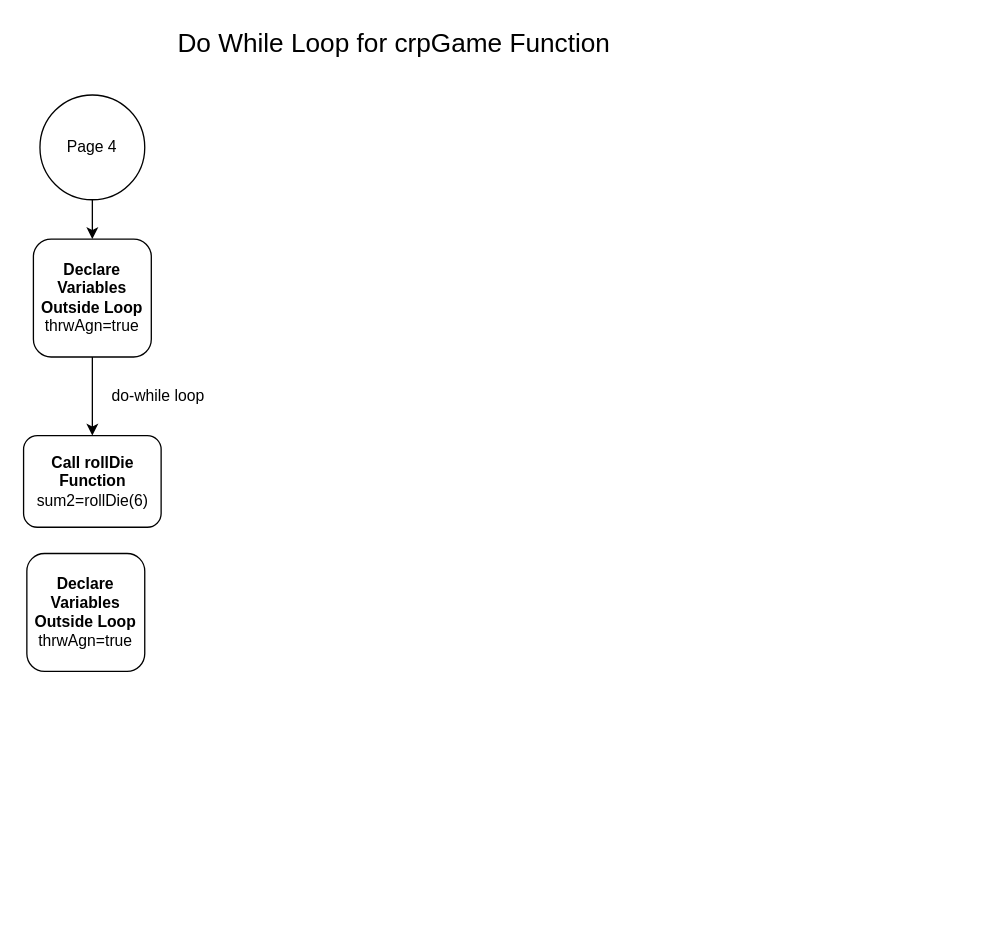
Before: page "Page-4" (4 of 4) of Lab/Untitled Diagram.drawio in ce2791334/EnglandCody_CSC17A_49287, a draw.io diagram. Source tidied: cells renumbered, new cells numbered last; positions are measured from the earlier drawing's top-left corner, leaving out a move shared by most shapes. Both pictures are drawn from the tidied source at 131%, with x=0, y=0 at pixel (24, 22).
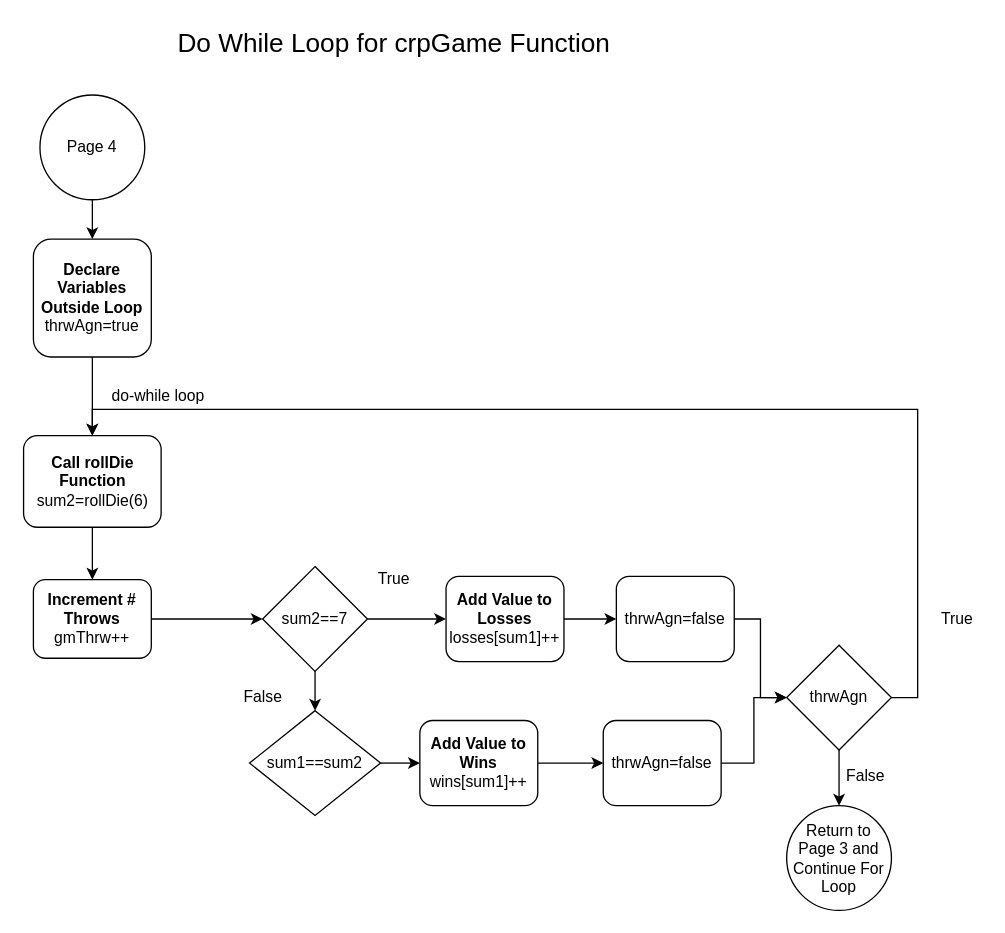
Above is the later version.

Unchanged cells that the change refers to:
```xml
<mxCell id="7" value="&lt;b&gt;Call rollDie Function&lt;/b&gt;&lt;br&gt;sum2=rollDie(6)" style="rounded=1;whiteSpace=wrap;html=1;strokeWidth=1;fontSize=12;align=center;" parent="1" vertex="1">
  <mxGeometry x="-0.5" y="315" width="105" height="70" as="geometry" />
</mxCell>
```

The edit, as a diff of the source:
```diff
@@
+    <mxCell id="10" style="edgeStyle=orthogonalEdgeStyle;rounded=0;jettySize=auto;html=1;exitX=0.5;exitY=1;exitDx=0;exitDy=0;fontSize=12;" parent="1" edge="1" source="7" target="9">
+      <mxGeometry relative="1" as="geometry" />
+    </mxCell>
@@
+    <mxCell id="11" style="edgeStyle=orthogonalEdgeStyle;rounded=0;jettySize=auto;html=1;exitX=1;exitY=0.5;exitDx=0;exitDy=0;entryX=0;entryY=0.5;entryDx=0;entryDy=0;fontSize=12;" parent="1" edge="1" source="9" target="14">
+      <mxGeometry relative="1" as="geometry" />
+    </mxCell>
-    <mxCell id="9" value="&lt;b style=&quot;font-size: 12px;&quot;&gt;Declare Variables Outside Loop&lt;/b&gt;&lt;br style=&quot;font-size: 12px;&quot;&gt;thrwAgn=true" style="rounded=1;whiteSpace=wrap;html=1;strokeWidth=1;fontSize=12;align=center;" parent="1" vertex="1">
-      <mxGeometry x="2" y="405" width="90" height="90" as="geometry" />
+    <mxCell id="9" value="&lt;b&gt;Increment # Throws&lt;/b&gt;&lt;br&gt;gmThrw++" style="rounded=1;whiteSpace=wrap;html=1;strokeWidth=1;fontSize=12;align=center;" parent="1" vertex="1">
+      <mxGeometry x="7" y="425" width="90" height="60" as="geometry" />
     </mxCell>
+    <mxCell id="12" style="edgeStyle=orthogonalEdgeStyle;rounded=0;jettySize=auto;html=1;exitX=1;exitY=0.5;exitDx=0;exitDy=0;fontSize=12;" parent="1" edge="1" source="14" target="16">
+      <mxGeometry relative="1" as="geometry" />
+    </mxCell>
+    <mxCell id="13" style="edgeStyle=orthogonalEdgeStyle;rounded=0;jettySize=auto;html=1;exitX=0.5;exitY=1;exitDx=0;exitDy=0;fontSize=12;" parent="1" edge="1" source="14" target="20">
+      <mxGeometry relative="1" as="geometry" />
+    </mxCell>
+    <mxCell id="14" value="sum2==7" style="rhombus;whiteSpace=wrap;html=1;strokeWidth=1;fontSize=12;align=center;" parent="1" vertex="1">
+      <mxGeometry x="182" y="415" width="80" height="80" as="geometry" />
+    </mxCell>
+    <mxCell id="15" style="edgeStyle=orthogonalEdgeStyle;rounded=0;jettySize=auto;html=1;exitX=1;exitY=0.5;exitDx=0;exitDy=0;entryX=0;entryY=0.5;entryDx=0;entryDy=0;fontSize=12;" parent="1" edge="1" source="16" target="18">
+      <mxGeometry relative="1" as="geometry" />
+    </mxCell>
+    <mxCell id="16" value="&lt;b&gt;Add Value to Losses&lt;/b&gt;&lt;br&gt;losses[sum1]++" style="rounded=1;whiteSpace=wrap;html=1;strokeWidth=1;fontSize=12;align=center;" parent="1" vertex="1">
+      <mxGeometry x="322" y="422.5" width="90" height="65" as="geometry" />
+    </mxCell>
+    <mxCell id="17" style="edgeStyle=orthogonalEdgeStyle;rounded=0;jettySize=auto;html=1;exitX=1;exitY=0.5;exitDx=0;exitDy=0;entryX=0;entryY=0.5;entryDx=0;entryDy=0;fontSize=12;" parent="1" edge="1" source="18" target="29">
+      <mxGeometry relative="1" as="geometry" />
+    </mxCell>
+    <mxCell id="18" value="&lt;span style=&quot;font-weight: normal&quot;&gt;thrwAgn=false&lt;/span&gt;" style="rounded=1;whiteSpace=wrap;html=1;strokeWidth=1;fontSize=12;align=center;fontStyle=1;" parent="1" vertex="1">
+      <mxGeometry x="452" y="422.5" width="90" height="65" as="geometry" />
+    </mxCell>
+    <mxCell id="19" style="edgeStyle=orthogonalEdgeStyle;rounded=0;jettySize=auto;html=1;exitX=1;exitY=0.5;exitDx=0;exitDy=0;entryX=0;entryY=0.5;entryDx=0;entryDy=0;fontSize=12;" parent="1" edge="1" source="20" target="24">
+      <mxGeometry relative="1" as="geometry" />
+    </mxCell>
+    <mxCell id="20" value="sum1==sum2" style="rhombus;whiteSpace=wrap;html=1;strokeWidth=1;fontSize=12;align=center;" parent="1" vertex="1">
+      <mxGeometry x="172" y="525" width="100" height="80" as="geometry" />
+    </mxCell>
+    <mxCell id="21" value="True" style="text;html=1;align=center;verticalAlign=middle;fontSize=12;" parent="1" vertex="1">
+      <mxGeometry x="262" y="415" width="40" height="20" as="geometry" />
+    </mxCell>
+    <mxCell id="22" value="False" style="text;html=1;align=center;verticalAlign=middle;fontSize=12;" parent="1" vertex="1">
+      <mxGeometry x="157" y="505" width="50" height="20" as="geometry" />
+    </mxCell>
+    <mxCell id="23" style="edgeStyle=orthogonalEdgeStyle;rounded=0;jettySize=auto;html=1;exitX=1;exitY=0.5;exitDx=0;exitDy=0;entryX=0;entryY=0.5;entryDx=0;entryDy=0;fontSize=12;" parent="1" edge="1" source="24" target="26">
+      <mxGeometry relative="1" as="geometry" />
+    </mxCell>
+    <mxCell id="24" value="&lt;b&gt;Add Value to Wins&lt;/b&gt;&lt;br&gt;wins[sum1]++" style="rounded=1;whiteSpace=wrap;html=1;strokeWidth=1;fontSize=12;align=center;" parent="1" vertex="1">
+      <mxGeometry x="302" y="532.5" width="90" height="65" as="geometry" />
+    </mxCell>
+    <mxCell id="25" style="edgeStyle=orthogonalEdgeStyle;rounded=0;jettySize=auto;html=1;exitX=1;exitY=0.5;exitDx=0;exitDy=0;entryX=0;entryY=0.5;entryDx=0;entryDy=0;fontSize=12;" parent="1" edge="1" source="26" target="29">
+      <mxGeometry relative="1" as="geometry" />
+    </mxCell>
+    <mxCell id="26" value="thrwAgn=false" style="rounded=1;whiteSpace=wrap;html=1;strokeWidth=1;fontSize=12;align=center;" parent="1" vertex="1">
+      <mxGeometry x="442" y="532.5" width="90" height="65" as="geometry" />
+    </mxCell>
+    <mxCell id="27" style="edgeStyle=orthogonalEdgeStyle;rounded=0;jettySize=auto;html=1;exitX=1;exitY=0.5;exitDx=0;exitDy=0;fontSize=12;entryX=0.5;entryY=0;entryDx=0;entryDy=0;" parent="1" edge="1" source="29" target="7">
+      <mxGeometry relative="1" as="geometry" />
+    </mxCell>
+    <mxCell id="28" style="edgeStyle=orthogonalEdgeStyle;rounded=0;jettySize=auto;html=1;exitX=0.5;exitY=1;exitDx=0;exitDy=0;entryX=0.5;entryY=0;entryDx=0;entryDy=0;fontSize=12;" parent="1" edge="1" source="29" target="31">
+      <mxGeometry relative="1" as="geometry" />
+    </mxCell>
+    <mxCell id="29" value="thrwAgn" style="rhombus;whiteSpace=wrap;html=1;strokeWidth=1;fontSize=12;align=center;" parent="1" vertex="1">
+      <mxGeometry x="582" y="475" width="80" height="80" as="geometry" />
+    </mxCell>
+    <mxCell id="30" value="True" style="text;html=1;align=center;verticalAlign=middle;fontSize=12;" parent="1" vertex="1">
+      <mxGeometry x="692" y="445" width="40" height="20" as="geometry" />
+    </mxCell>
+    <mxCell id="31" value="Return to Page 3 and Continue For Loop" style="ellipse;whiteSpace=wrap;html=1;strokeWidth=1;fontSize=12;align=center;" parent="1" vertex="1">
+      <mxGeometry x="582" y="597.5" width="80" height="80" as="geometry" />
+    </mxCell>
+    <mxCell id="32" value="False" style="text;html=1;align=center;verticalAlign=middle;fontSize=12;" parent="1" vertex="1">
+      <mxGeometry x="617" y="565" width="50" height="20" as="geometry" />
+    </mxCell>
```
